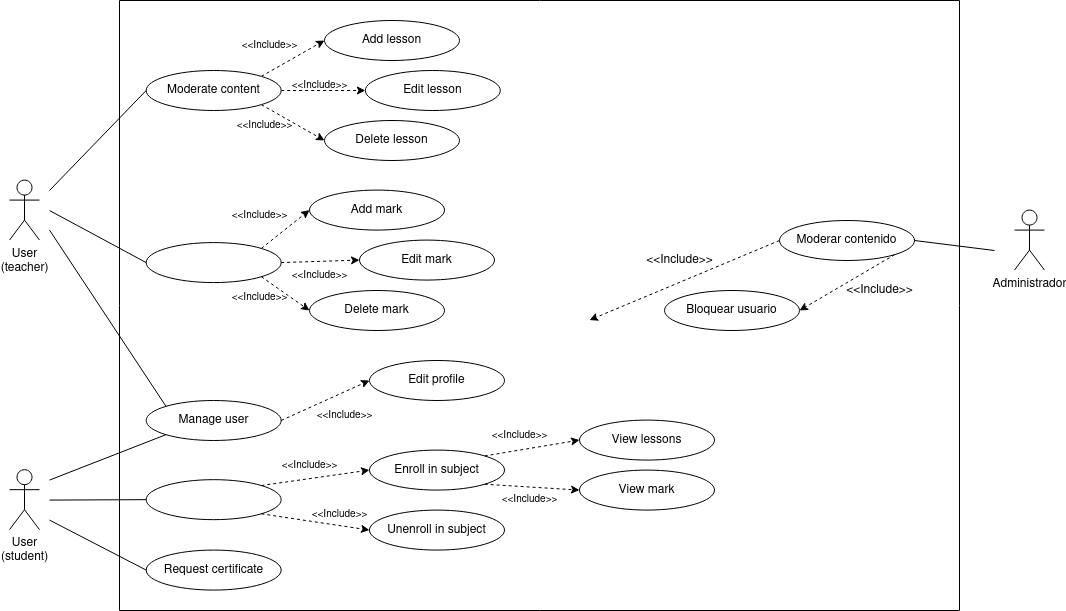
Chugani05-JesusLugo2002/LuminoDocs keeps this draw.io diagram as diagrams/use-case.png. Above is the earlier version. Source tidied: cells renumbered, new cells last; positions are measured from the earlier drawing's top-left corner, leaving out a move shared by most shapes.
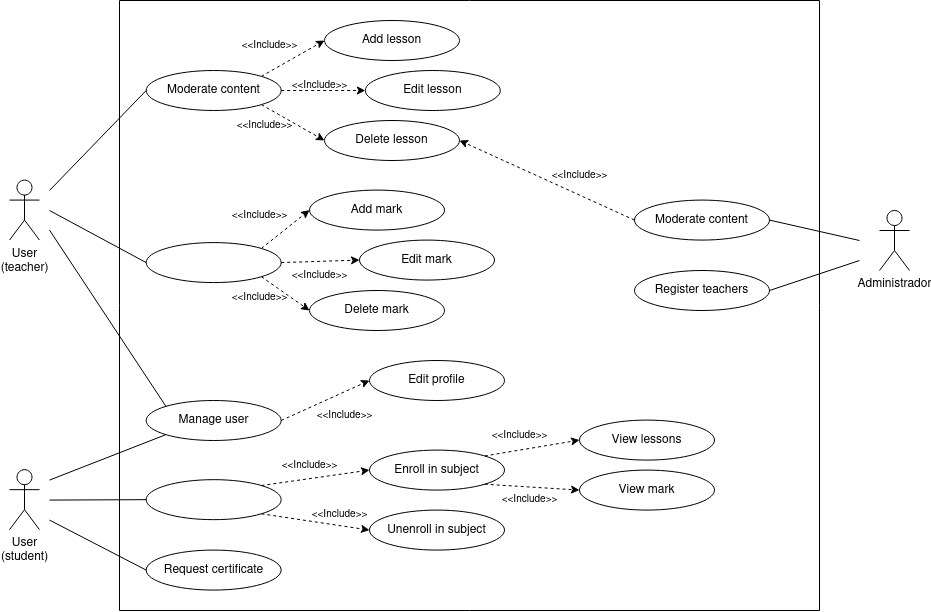
Later version of the same file.

Diff of the diagram source:
```diff
@@ -3,16 +3,13 @@
     <mxCell id="0" />
     <mxCell id="1" parent="0" />
     <mxCell id="2" style="swimlane;startSize=0;" parent="1" vertex="1">
-      <mxGeometry x="110" width="840" height="610" as="geometry" />
+      <mxGeometry x="110" width="700" height="610" as="geometry" />
     </mxCell>
-    <mxCell id="3" value="Administrador" style="shape=umlActor;verticalLabelPosition=bottom;verticalAlign=top;html=1;" parent="2" vertex="1">
-      <mxGeometry x="895" y="209.6" width="30" height="60" as="geometry" />
-    </mxCell>
     <mxCell id="4" value="Add mark" style="ellipse;whiteSpace=wrap;html=1;" parent="2" vertex="1">
       <mxGeometry x="190" y="189.6" width="135" height="40" as="geometry" />
     </mxCell>
-    <mxCell id="5" value="Moderar contenido" style="ellipse;whiteSpace=wrap;html=1;" parent="2" vertex="1">
-      <mxGeometry x="660" y="220" width="135" height="40" as="geometry" />
+    <mxCell id="5" value="Moderate content" style="ellipse;whiteSpace=wrap;html=1;" parent="2" vertex="1">
+      <mxGeometry x="515" y="199.6" width="135" height="40" as="geometry" />
     </mxCell>
     <mxCell id="6" value="Delete lesson" style="ellipse;whiteSpace=wrap;html=1;" parent="2" vertex="1">
       <mxGeometry x="205" y="120" width="135" height="40" as="geometry" />
@@ -49,26 +46,15 @@
     <mxCell id="15" value="&lt;font style=&quot;font-size: 10px;&quot;&gt;&amp;lt;&amp;lt;Include&amp;gt;&amp;gt;&lt;/font&gt;" style="text;html=1;align=center;verticalAlign=middle;strokeColor=none;fillColor=none;" parent="2" vertex="1">
       <mxGeometry x="185" y="400" width="80" height="30" as="geometry" />
     </mxCell>
-    <mxCell id="16" value="Bloquear usuario" style="ellipse;whiteSpace=wrap;html=1;" parent="2" vertex="1">
-      <mxGeometry x="545" y="290" width="135" height="40" as="geometry" />
+    <mxCell id="16" value="Register teachers" style="ellipse;whiteSpace=wrap;html=1;" parent="2" vertex="1">
+      <mxGeometry x="515" y="270" width="135" height="40" as="geometry" />
     </mxCell>
-    <mxCell id="17" style="endArrow=classic;dashed=1;html=1;rounded=0;exitX=1;exitY=1;exitDx=0;exitDy=0;entryX=1;entryY=0.5;entryDx=0;entryDy=0;endFill=1;" parent="2" edge="1" source="5" target="16">
-      <mxGeometry relative="1" as="geometry" />
-    </mxCell>
-    <mxCell id="18" style="endArrow=classic;dashed=1;html=1;rounded=0;entryX=1;entryY=0.5;entryDx=0;entryDy=0;endFill=1;exitX=0;exitY=0.5;exitDx=0;exitDy=0;" parent="2" edge="1" source="5">
-      <mxGeometry relative="1" as="geometry">
-        <mxPoint x="470" y="319.6" as="targetPoint" />
-      </mxGeometry>
+    <mxCell id="18" style="endArrow=classic;dashed=1;html=1;rounded=0;entryX=1;entryY=0.5;entryDx=0;entryDy=0;endFill=1;exitX=0;exitY=0.5;exitDx=0;exitDy=0;" parent="2" edge="1" source="5" target="6">
+      <mxGeometry relative="1" as="geometry" />
     </mxCell>
-    <mxCell id="19" value="&amp;lt;&amp;lt;Include&amp;gt;&amp;gt;" style="text;html=1;align=center;verticalAlign=middle;strokeColor=none;fillColor=none;" parent="2" vertex="1">
-      <mxGeometry x="515" y="244.6" width="90" height="30" as="geometry" />
-    </mxCell>
-    <mxCell id="20" value="&amp;lt;&amp;lt;Include&amp;gt;&amp;gt;" style="text;html=1;align=center;verticalAlign=middle;strokeColor=none;fillColor=none;" parent="2" vertex="1">
-      <mxGeometry x="715" y="274.6" width="90" height="30" as="geometry" />
-    </mxCell>
     <mxCell id="21" style="endArrow=none;html=1;rounded=0;exitX=1;exitY=0.5;exitDx=0;exitDy=0;" parent="2" edge="1" source="5">
       <mxGeometry relative="1" as="geometry">
-        <mxPoint x="875" y="250" as="targetPoint" />
+        <mxPoint x="740" y="240" as="targetPoint" />
       </mxGeometry>
     </mxCell>
     <mxCell id="22" value="&lt;div&gt;User&lt;/div&gt;&lt;div&gt;(teacher)&lt;/div&gt;" style="shape=umlActor;verticalLabelPosition=bottom;verticalAlign=top;html=1;fontStyle=0;" parent="2" vertex="1">
@@ -195,5 +181,16 @@
     <mxCell id="58" value="&lt;font style=&quot;font-size: 10px;&quot;&gt;&amp;lt;&amp;lt;Include&amp;gt;&amp;gt;&lt;/font&gt;" style="text;html=1;align=center;verticalAlign=middle;strokeColor=none;fillColor=none;" parent="2" vertex="1">
       <mxGeometry x="160" y="70" width="80" height="30" as="geometry" />
     </mxCell>
+    <mxCell id="59" style="endArrow=none;html=1;rounded=0;exitX=1;exitY=0.5;exitDx=0;exitDy=0;" parent="2" edge="1" source="16">
+      <mxGeometry relative="1" as="geometry">
+        <mxPoint x="740" y="260" as="targetPoint" />
+      </mxGeometry>
+    </mxCell>
+    <mxCell id="60" value="&lt;font style=&quot;font-size: 10px;&quot;&gt;&amp;lt;&amp;lt;Include&amp;gt;&amp;gt;&lt;/font&gt;" style="text;html=1;align=center;verticalAlign=middle;strokeColor=none;fillColor=none;" parent="2" vertex="1">
+      <mxGeometry x="420" y="159.6" width="80" height="30" as="geometry" />
+    </mxCell>
+    <mxCell id="3" value="Administrador" style="shape=umlActor;verticalLabelPosition=bottom;verticalAlign=top;html=1;" parent="1" vertex="1">
+      <mxGeometry x="870" y="210" width="30" height="60" as="geometry" />
+    </mxCell>
   </root>
 </mxGraphModel>
```
